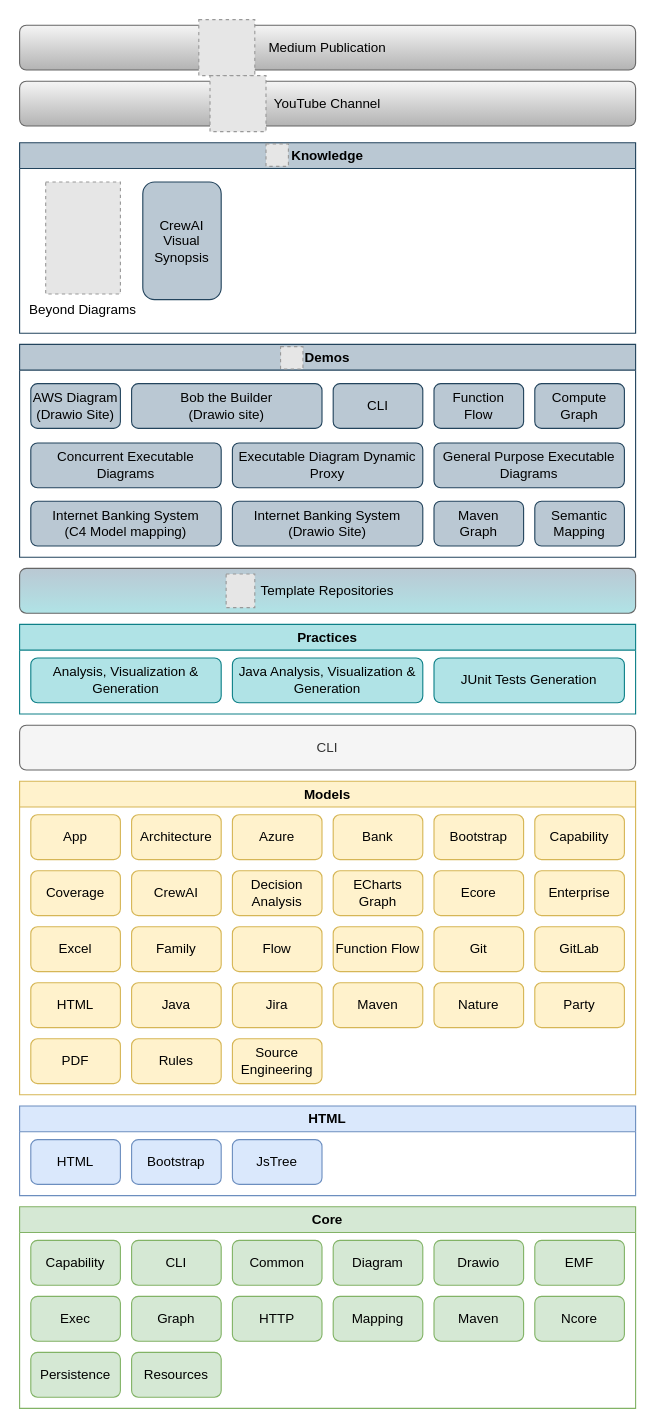
Nasdanika/nasdanika.github.io keeps this draw.io diagram as model/nasdanika.drawio. Above is the earlier version. Source tidied: cells renumbered, new cells numbered last; positions are measured from the earlier drawing's top-left corner, leaving out a move shared by most shapes. Both pictures are drawn from the tidied source at 112%, with x=0, y=0 at pixel (19, 19). Pictures stored in the file or linked from it are replaced by grey dashed boxes.
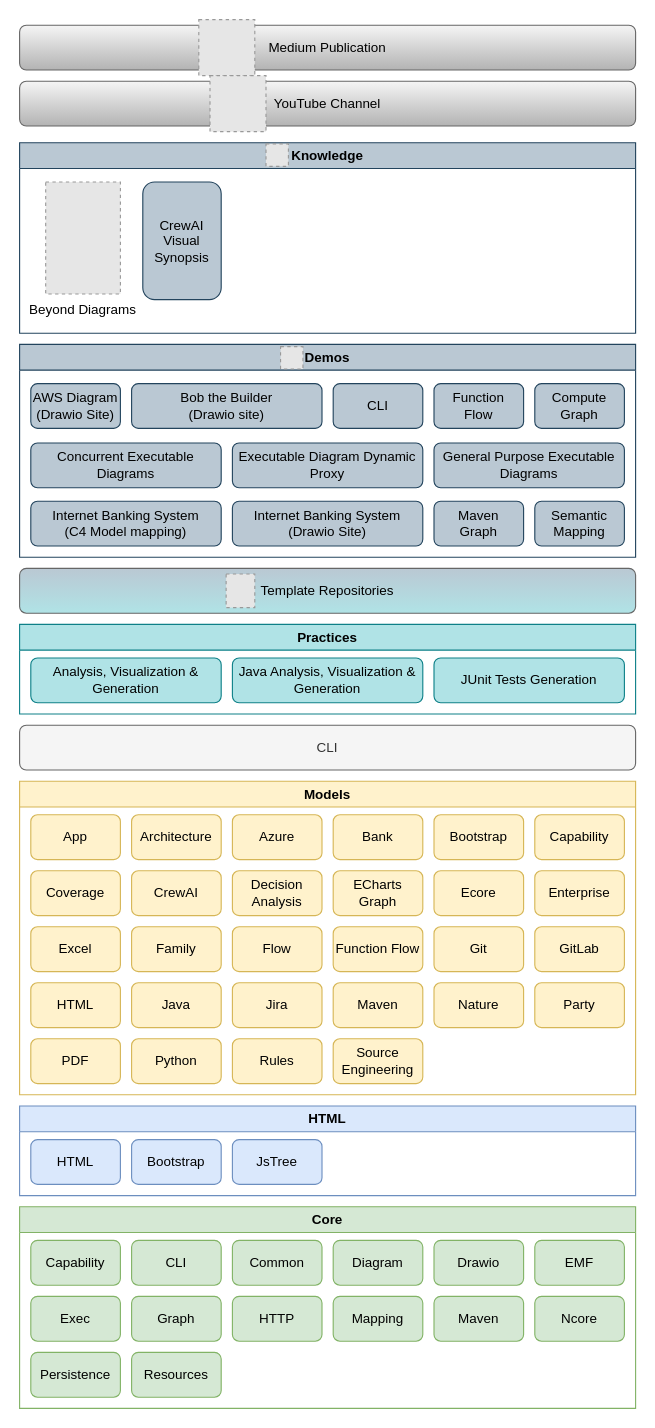
The same page after the edit.

The change refers to these unchanged cells:
```xml
<mxCell id="21" value="Models" style="swimlane;whiteSpace=wrap;html=1;fillColor=#fff2cc;strokeColor=#d6b656;" parent="1" vertex="1">
  <mxGeometry y="680" width="550" height="280" as="geometry" />
</mxCell>
```

Diff of the diagram source:
```diff
@@
     <mxCell id="31" value="Source&lt;div&gt;Engineering&lt;/div&gt;" style="rounded=1;whiteSpace=wrap;html=1;fillColor=#fff2cc;strokeColor=#d6b656;" parent="21" vertex="1">
-      <mxGeometry x="190" y="230" width="80" height="40" as="geometry" />
+      <mxGeometry x="280" y="230" width="80" height="40" as="geometry" />
     </mxCell>
@@
     <mxCell id="36" value="Rules" style="rounded=1;whiteSpace=wrap;html=1;fillColor=#fff2cc;strokeColor=#d6b656;" parent="21" vertex="1">
-      <mxGeometry x="100" y="230" width="80" height="40" as="geometry" />
+      <mxGeometry x="190" y="230" width="80" height="40" as="geometry" />
     </mxCell>
@@
+    <mxCell id="78" value="Python" style="rounded=1;whiteSpace=wrap;html=1;fillColor=#fff2cc;strokeColor=#d6b656;" parent="21" vertex="1">
+      <mxGeometry x="100" y="230" width="80" height="40" as="geometry" />
+    </mxCell>
```
